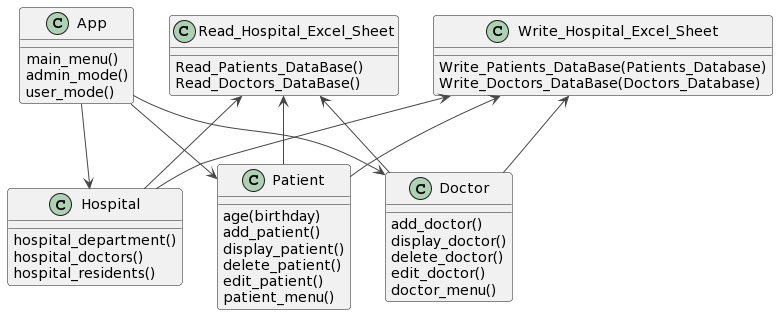
Earlier version of the PlantUML export img/HospitalManagementSystemUML.png (moresevankline/Final-project).
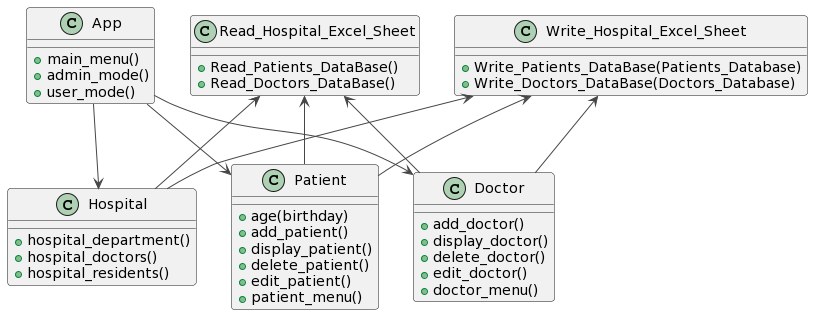
The same file after the commit.

The edit, as a diff of the source:
```diff
@@ -9,25 +9,25 @@
 Write_Hospital_Excel_Sheet <-- Hospital
 Write_Hospital_Excel_Sheet <-- Doctor
 Write_Hospital_Excel_Sheet <-- Patient
-App : main_menu()
-App : admin_mode()
-App : user_mode()
-Hospital : hospital_department()
-Hospital : hospital_doctors()
-Hospital : hospital_residents()
-Doctor : add_doctor()
-Doctor : display_doctor()
-Doctor : delete_doctor()
-Doctor : edit_doctor()
-Doctor : doctor_menu()
-Patient : age(birthday)
-Patient : add_patient()
-Patient : display_patient()
-Patient : delete_patient()
-Patient : edit_patient()
-Patient : patient_menu()
-Read_Hospital_Excel_Sheet : Read_Patients_DataBase()
-Read_Hospital_Excel_Sheet : Read_Doctors_DataBase()
-Write_Hospital_Excel_Sheet : Write_Patients_DataBase(Patients_Database)
-Write_Hospital_Excel_Sheet : Write_Doctors_DataBase(Doctors_Database)
+App : +main_menu()
+App : +admin_mode()
+App : +user_mode()
+Hospital : +hospital_department()
+Hospital : +hospital_doctors()
+Hospital : +hospital_residents()
+Doctor : +add_doctor()
+Doctor : +display_doctor()
+Doctor : +delete_doctor()
+Doctor : +edit_doctor()
+Doctor : +doctor_menu()
+Patient : +age(birthday)
+Patient : +add_patient()
+Patient : +display_patient()
+Patient : +delete_patient()
+Patient : +edit_patient()
+Patient : +patient_menu()
+Read_Hospital_Excel_Sheet : +Read_Patients_DataBase()
+Read_Hospital_Excel_Sheet : +Read_Doctors_DataBase()
+Write_Hospital_Excel_Sheet : +Write_Patients_DataBase(Patients_Database)
+Write_Hospital_Excel_Sheet : +Write_Doctors_DataBase(Doctors_Database)
 @enduml
```
